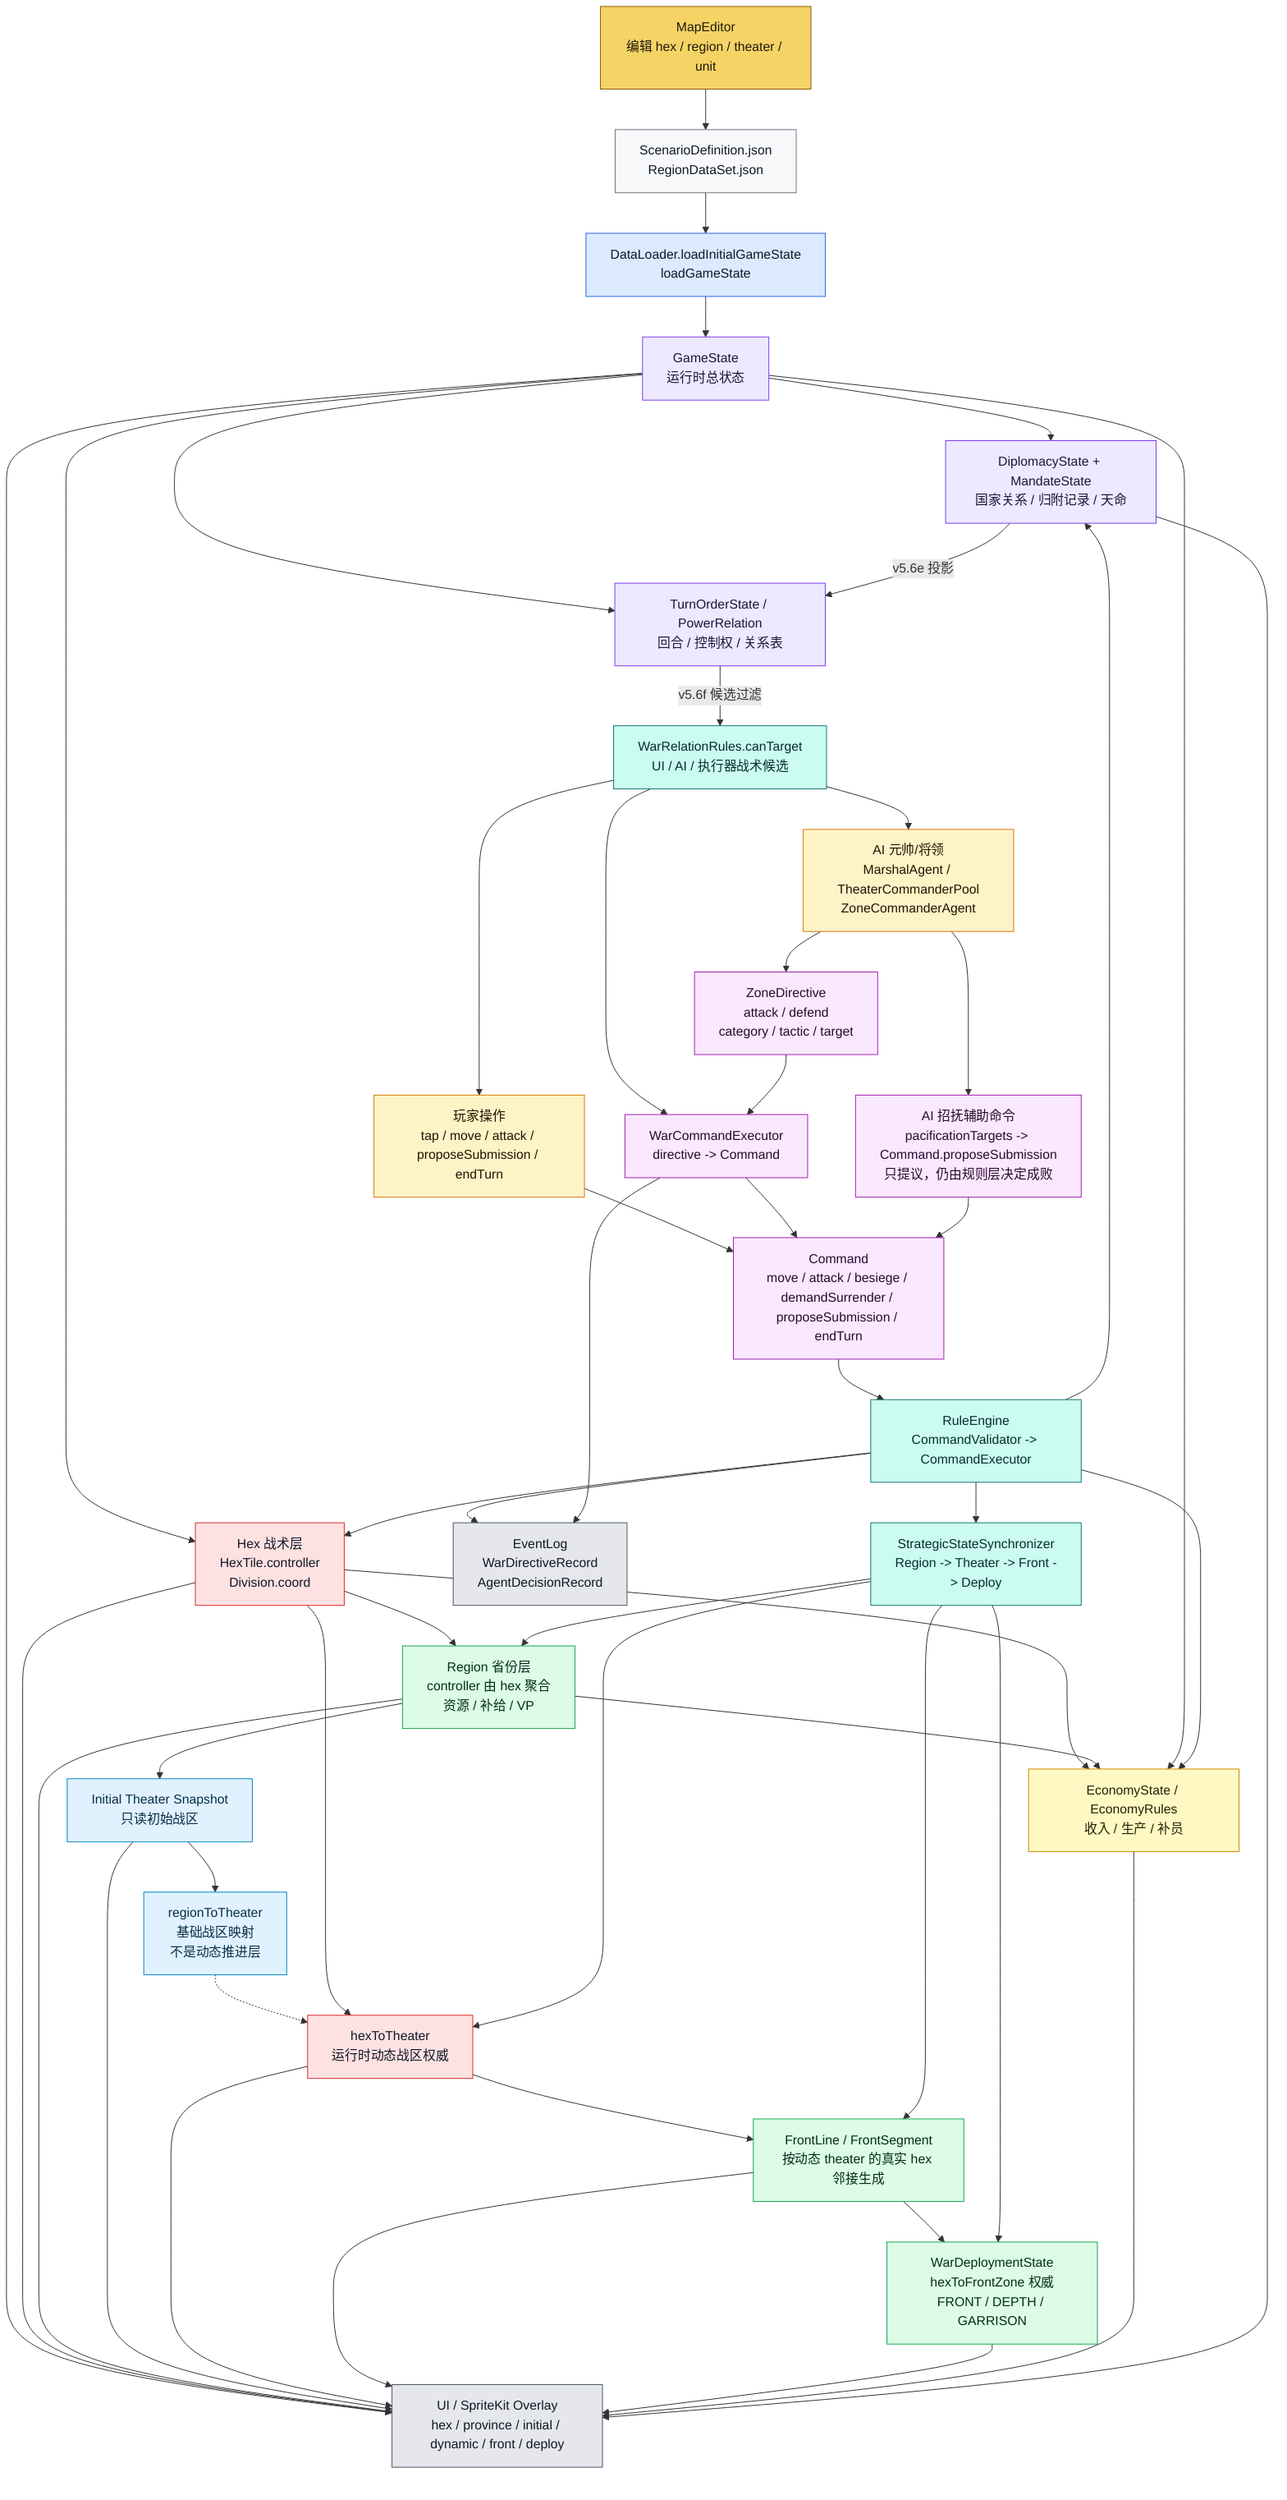
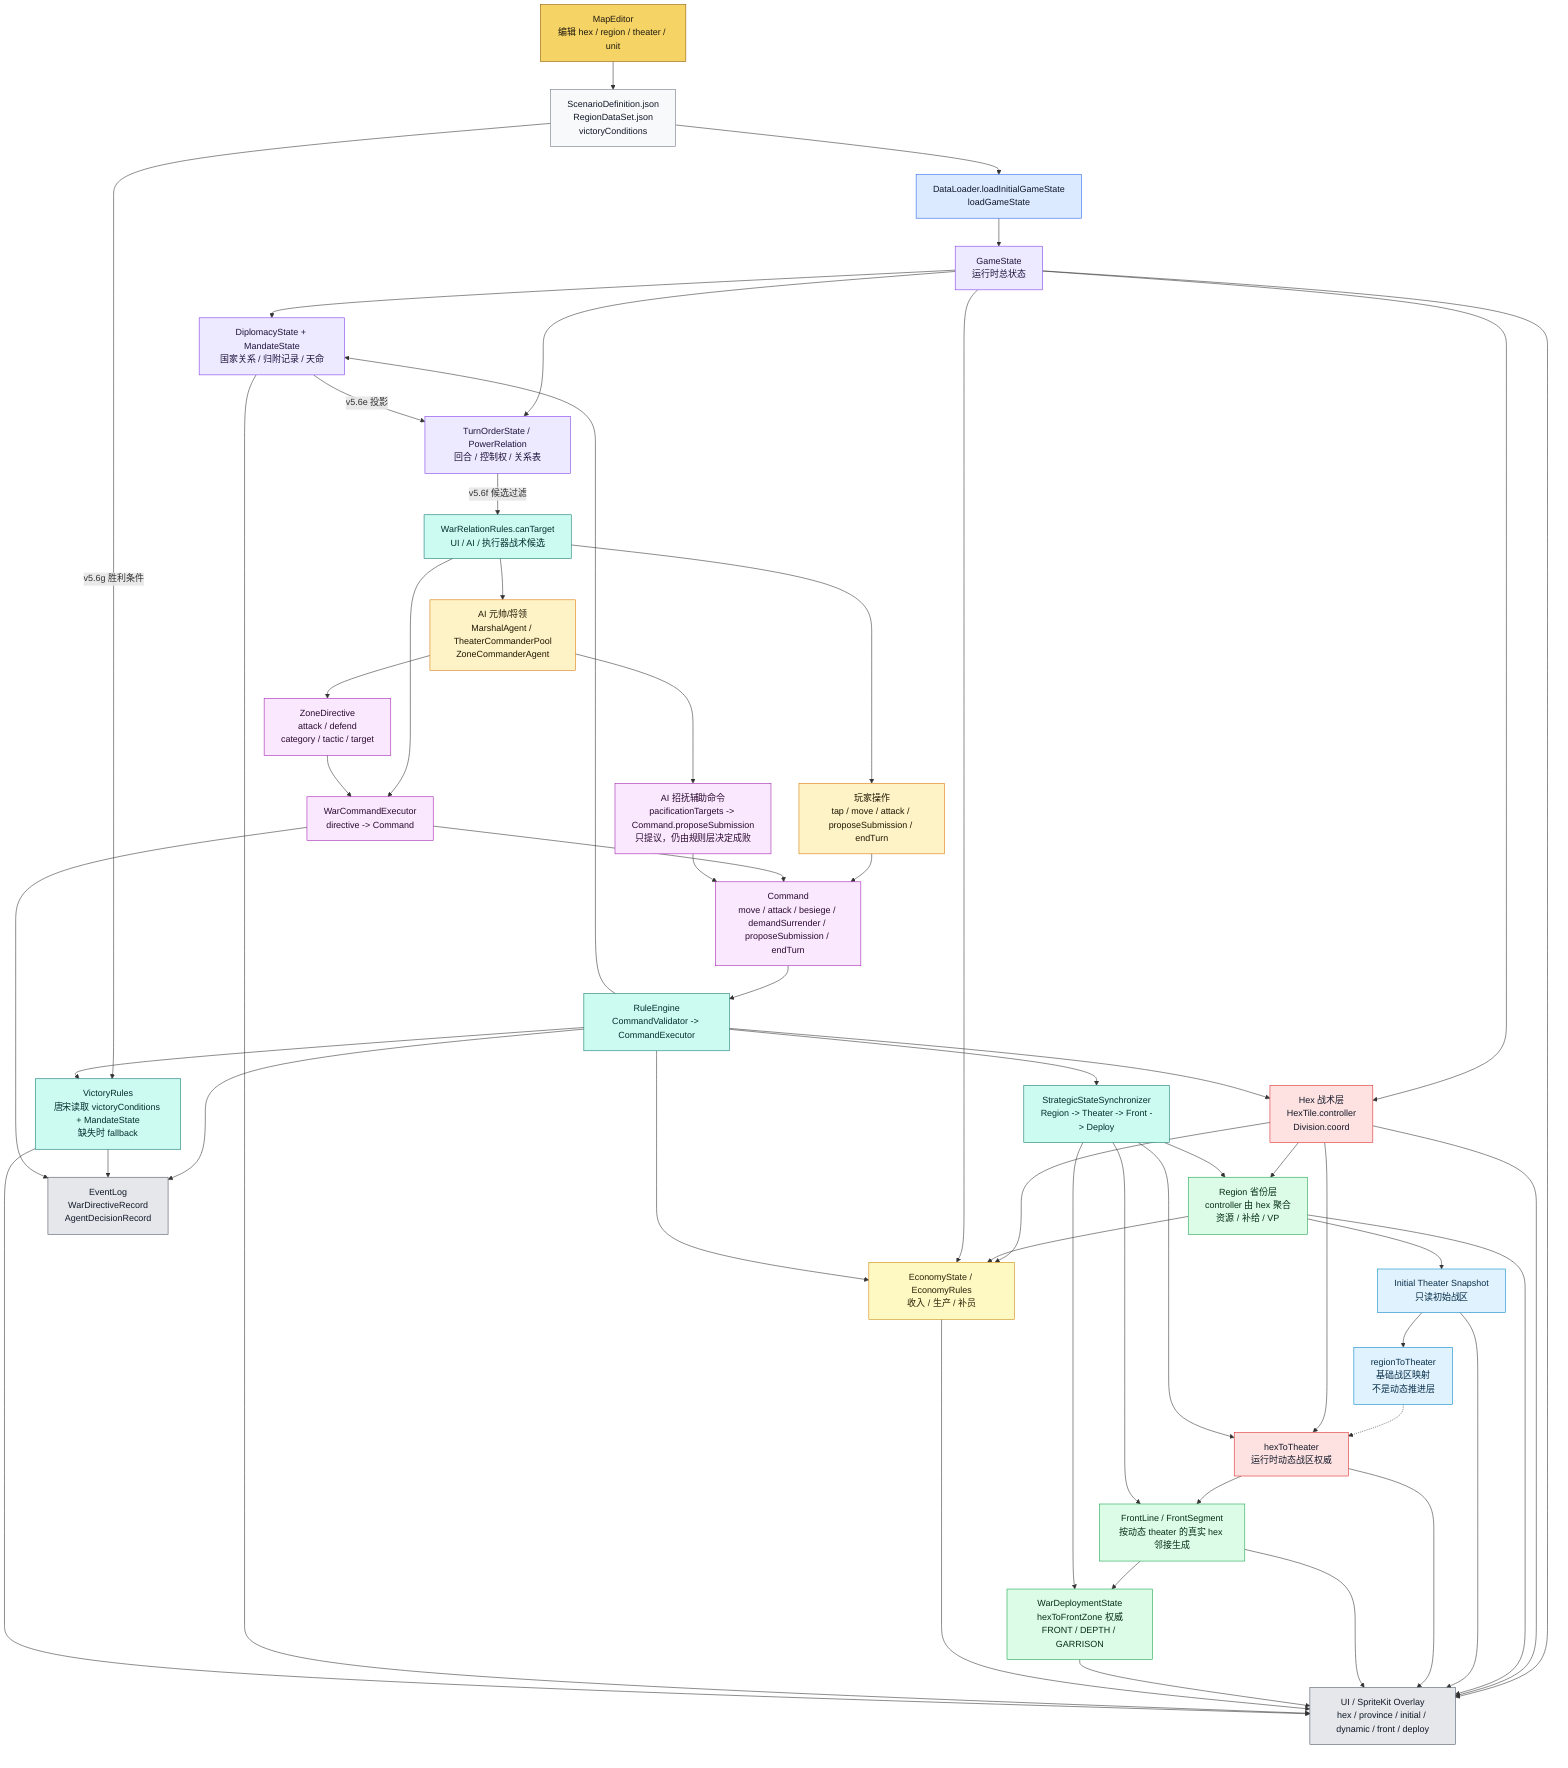
flowchart TD
    ME["MapEditor<br/>编辑 hex / region / theater / unit"]:::editor
-     JSON["ScenarioDefinition.json<br/>RegionDataSet.json"]:::data
+     JSON["ScenarioDefinition.json<br/>RegionDataSet.json<br/>victoryConditions"]:::data
    DL["DataLoader.loadInitialGameState<br/>loadGameState"]:::loader
    GS["GameState<br/>运行时总状态"]:::state

    HEX["Hex 战术层<br/>HexTile.controller<br/>Division.coord"]:::authority
    REGION["Region 省份层<br/>controller 由 hex 聚合<br/>资源 / 补给 / VP"]:::derived
    INIT["Initial Theater Snapshot<br/>只读初始战区"]:::snapshot
    R2T["regionToTheater<br/>基础战区映射<br/>不是动态推进层"]:::snapshot
    H2T["hexToTheater<br/>运行时动态战区权威"]:::authority
    FRONT["FrontLine / FrontSegment<br/>按动态 theater 的真实 hex 邻接生成"]:::derived
    DEPLOY["WarDeploymentState<br/>hexToFrontZone 权威<br/>FRONT / DEPTH / GARRISON"]:::derived
    ECO["EconomyState / EconomyRules<br/>收入 / 生产 / 补员"]:::economy
    DIP["DiplomacyState + MandateState<br/>国家关系 / 归附记录 / 天命"]:::state
    TURN["TurnOrderState / PowerRelation<br/>回合 / 控制权 / 关系表"]:::state
    RELCAND["WarRelationRules.canTarget<br/>UI / AI / 执行器战术候选"]:::rules
+     VICT["VictoryRules<br/>唐宋读取 victoryConditions + MandateState<br/>缺失时 fallback"]:::rules

    PLAYER["玩家操作<br/>tap / move / attack / proposeSubmission / endTurn"]:::input
    AI["AI 元帅/将领<br/>MarshalAgent / TheaterCommanderPool<br/>ZoneCommanderAgent"]:::input
    AIPAC["AI 招抚辅助命令<br/>pacificationTargets -> Command.proposeSubmission<br/>只提议，仍由规则层决定成败"]:::command
    ZD["ZoneDirective<br/>attack / defend<br/>category / tactic / target"]:::command
    WCE["WarCommandExecutor<br/>directive -> Command"]:::command
    CMD["Command<br/>move / attack / besiege / demandSurrender / proposeSubmission / endTurn"]:::command
    RE["RuleEngine<br/>CommandValidator -> CommandExecutor"]:::rules
    SYNC["StrategicStateSynchronizer<br/>Region -> Theater -> Front -> Deploy"]:::rules

    UI["UI / SpriteKit Overlay<br/>hex / province / initial / dynamic / front / deploy"]:::ui
    LOG["EventLog<br/>WarDirectiveRecord<br/>AgentDecisionRecord"]:::ui

    ME --> JSON --> DL --> GS
    GS --> HEX
    HEX --> REGION
    HEX --> ECO
    REGION --> ECO
    REGION --> INIT
    INIT --> R2T
    R2T -.-> H2T
    HEX --> H2T
    H2T --> FRONT --> DEPLOY
    GS --> ECO
    GS --> DIP
    GS --> TURN
    DIP -->|v5.6e 投影| TURN
    TURN -->|v5.6f 候选过滤| RELCAND
+     JSON -->|v5.6g 胜利条件| VICT

    PLAYER --> CMD
    RELCAND --> PLAYER
    RELCAND --> AI
    RELCAND --> WCE
    AI --> ZD --> WCE --> CMD
    AI --> AIPAC --> CMD
    CMD --> RE --> HEX
    RE --> ECO
    RE --> DIP
+     RE --> VICT
    RE --> SYNC
    SYNC --> REGION
    SYNC --> H2T
    SYNC --> FRONT
    SYNC --> DEPLOY

    GS --> UI
    HEX --> UI
    REGION --> UI
    INIT --> UI
    H2T --> UI
    FRONT --> UI
    DEPLOY --> UI
    ECO --> UI
    DIP --> UI
+     VICT --> UI
    RE --> LOG
+     VICT --> LOG
    WCE --> LOG

    classDef editor fill:#f6d365,stroke:#8a5a00,color:#1f1b10
    classDef data fill:#f8f9fb,stroke:#6b7280,color:#111827
    classDef loader fill:#dbeafe,stroke:#2563eb,color:#0f172a
    classDef state fill:#ede9fe,stroke:#7c3aed,color:#1f143d
    classDef authority fill:#fee2e2,stroke:#dc2626,color:#111827
    classDef derived fill:#dcfce7,stroke:#16a34a,color:#052e16
    classDef snapshot fill:#e0f2fe,stroke:#0284c7,color:#082f49
    classDef input fill:#fef3c7,stroke:#d97706,color:#1f1600
    classDef economy fill:#fef9c3,stroke:#ca8a04,color:#292107
    classDef command fill:#fae8ff,stroke:#a21caf,color:#2a0a2f
    classDef rules fill:#ccfbf1,stroke:#0f766e,color:#042f2e
    classDef ui fill:#e5e7eb,stroke:#4b5563,color:#111827
